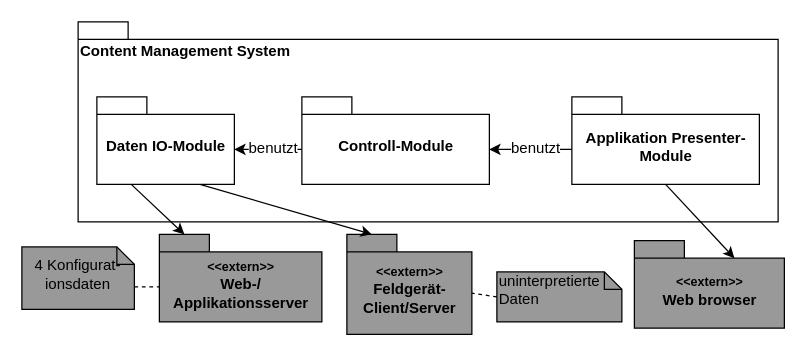
Above: Graphics/bausteinansicht_ebene_1.drawio in Boneau2007/Softwarearchitektur (draw.io), before the change. Source tidied: cells renumbered, new cells numbered last; positions are measured from the earlier drawing's top-left corner, leaving out a move shared by most shapes. Both pictures are drawn from the tidied source at 125%, with x=0, y=0 at pixel (21, 21).
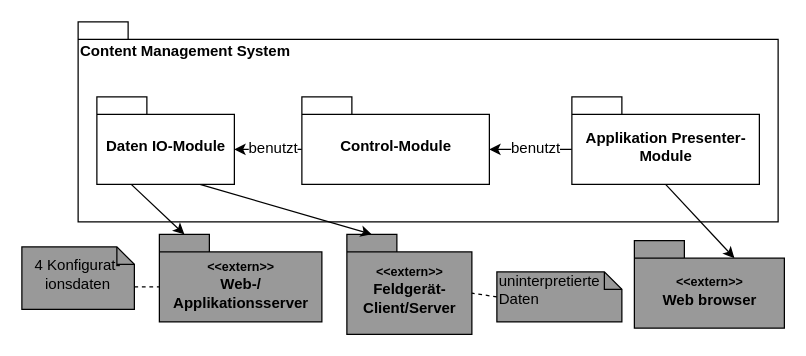
Above is the later version.

The edit, as a diff of the source:
```diff
@@
-    <mxCell id="19" value="Controll-Module" style="shape=folder;fontStyle=1;spacingTop=10;tabWidth=40;tabHeight=14;tabPosition=left;html=1;" parent="1" vertex="1">
+    <mxCell id="19" value="Control-Module" style="shape=folder;fontStyle=1;spacingTop=10;tabWidth=40;tabHeight=14;tabPosition=left;html=1;" parent="1" vertex="1">
       <mxGeometry x="224" y="60" width="150" height="70" as="geometry" />
     </mxCell>
```
